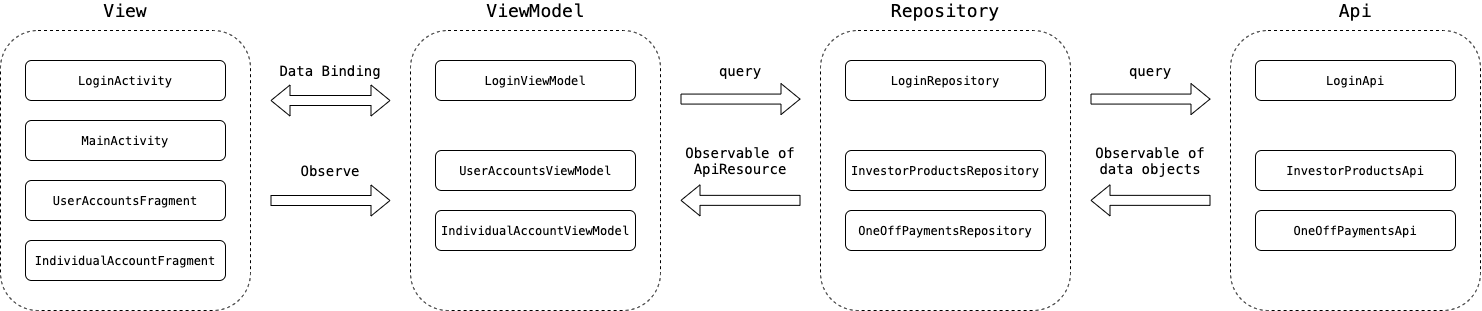
This is images/project_architecture.png from yorkchan1988/android-technical-task-mid-master, a draw.io export, as it was before one commit. Source tidied: cells renumbered, new cells last; positions are measured from the earlier drawing's top-left corner, leaving out a move shared by most shapes.
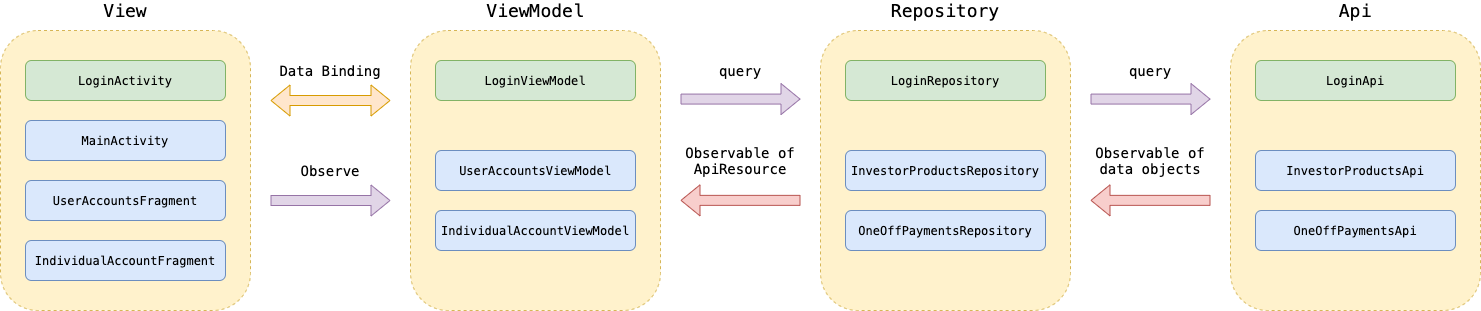
The same file after the commit.

What changed in the source:
```diff
@@ -2,40 +2,40 @@
   <root>
     <mxCell id="0" />
     <mxCell id="1" parent="0" />
-    <mxCell id="2" style="rounded=1;whiteSpace=wrap;html=1;fillColor=none;dashed=1;" parent="1" vertex="1">
+    <mxCell id="2" style="rounded=1;whiteSpace=wrap;html=1;fillColor=#fff2cc;dashed=1;strokeColor=#d6b656;" parent="1" vertex="1">
       <mxGeometry x="410" y="30" width="250" height="280" as="geometry" />
     </mxCell>
-    <mxCell id="3" style="rounded=1;whiteSpace=wrap;html=1;fillColor=none;dashed=1;" parent="1" vertex="1">
+    <mxCell id="3" style="rounded=1;whiteSpace=wrap;html=1;fillColor=#fff2cc;dashed=1;strokeColor=#d6b656;" parent="1" vertex="1">
       <mxGeometry y="30" width="250" height="280" as="geometry" />
     </mxCell>
-    <mxCell id="4" value="&lt;font face=&quot;Menlo&quot;&gt;LoginActivity&lt;/font&gt;" style="rounded=1;whiteSpace=wrap;html=1;" parent="1" vertex="1">
+    <mxCell id="4" value="&lt;font face=&quot;Menlo&quot;&gt;LoginActivity&lt;/font&gt;" style="rounded=1;whiteSpace=wrap;html=1;fillColor=#d5e8d4;strokeColor=#82b366;" parent="1" vertex="1">
       <mxGeometry x="25" y="60" width="200" height="40" as="geometry" />
     </mxCell>
-    <mxCell id="5" value="&lt;font face=&quot;Menlo&quot;&gt;MainActivity&lt;/font&gt;" style="rounded=1;whiteSpace=wrap;html=1;" parent="1" vertex="1">
+    <mxCell id="5" value="&lt;font face=&quot;Menlo&quot;&gt;MainActivity&lt;/font&gt;" style="rounded=1;whiteSpace=wrap;html=1;fillColor=#dae8fc;strokeColor=#6c8ebf;" parent="1" vertex="1">
       <mxGeometry x="25" y="120" width="200" height="40" as="geometry" />
     </mxCell>
-    <mxCell id="6" value="&lt;font face=&quot;Menlo&quot;&gt;UserAccountsFragment&lt;/font&gt;" style="rounded=1;whiteSpace=wrap;html=1;" parent="1" vertex="1">
+    <mxCell id="6" value="&lt;font face=&quot;Menlo&quot;&gt;UserAccountsFragment&lt;/font&gt;" style="rounded=1;whiteSpace=wrap;html=1;fillColor=#dae8fc;strokeColor=#6c8ebf;" parent="1" vertex="1">
       <mxGeometry x="25" y="180" width="200" height="40" as="geometry" />
     </mxCell>
-    <mxCell id="7" value="&lt;font face=&quot;Menlo&quot;&gt;IndividualAccountFragment&lt;/font&gt;" style="rounded=1;whiteSpace=wrap;html=1;" parent="1" vertex="1">
+    <mxCell id="7" value="&lt;font face=&quot;Menlo&quot;&gt;IndividualAccountFragment&lt;/font&gt;" style="rounded=1;whiteSpace=wrap;html=1;fillColor=#dae8fc;strokeColor=#6c8ebf;" parent="1" vertex="1">
       <mxGeometry x="25" y="240" width="200" height="40" as="geometry" />
     </mxCell>
     <mxCell id="8" value="&lt;font style=&quot;font-size: 18px&quot; face=&quot;Menlo&quot;&gt;View&lt;/font&gt;" style="text;html=1;strokeColor=none;fillColor=none;align=center;verticalAlign=middle;whiteSpace=wrap;rounded=0;dashed=1;" parent="1" vertex="1">
       <mxGeometry x="105" width="40" height="20" as="geometry" />
     </mxCell>
-    <mxCell id="9" value="&lt;font face=&quot;Menlo&quot;&gt;LoginViewModel&lt;/font&gt;" style="rounded=1;whiteSpace=wrap;html=1;" parent="1" vertex="1">
+    <mxCell id="9" value="&lt;font face=&quot;Menlo&quot;&gt;LoginViewModel&lt;/font&gt;" style="rounded=1;whiteSpace=wrap;html=1;fillColor=#d5e8d4;strokeColor=#82b366;" parent="1" vertex="1">
       <mxGeometry x="435" y="60" width="200" height="40" as="geometry" />
     </mxCell>
-    <mxCell id="10" value="&lt;font face=&quot;Menlo&quot;&gt;UserAccountsViewModel&lt;/font&gt;" style="rounded=1;whiteSpace=wrap;html=1;" parent="1" vertex="1">
+    <mxCell id="10" value="&lt;font face=&quot;Menlo&quot;&gt;UserAccountsViewModel&lt;/font&gt;" style="rounded=1;whiteSpace=wrap;html=1;fillColor=#dae8fc;strokeColor=#6c8ebf;" parent="1" vertex="1">
       <mxGeometry x="435" y="150" width="200" height="40" as="geometry" />
     </mxCell>
-    <mxCell id="11" value="&lt;font face=&quot;Menlo&quot;&gt;IndividualAccountViewModel&lt;/font&gt;" style="rounded=1;whiteSpace=wrap;html=1;" parent="1" vertex="1">
+    <mxCell id="11" value="&lt;font face=&quot;Menlo&quot;&gt;IndividualAccountViewModel&lt;/font&gt;" style="rounded=1;whiteSpace=wrap;html=1;fillColor=#dae8fc;strokeColor=#6c8ebf;" parent="1" vertex="1">
       <mxGeometry x="435" y="210" width="200" height="40" as="geometry" />
     </mxCell>
     <mxCell id="12" value="&lt;font style=&quot;font-size: 18px&quot; face=&quot;Menlo&quot;&gt;ViewModel&lt;/font&gt;" style="text;html=1;strokeColor=none;fillColor=none;align=center;verticalAlign=middle;whiteSpace=wrap;rounded=0;dashed=1;" parent="1" vertex="1">
       <mxGeometry x="515" width="40" height="20" as="geometry" />
     </mxCell>
-    <mxCell id="13" style="shape=flexArrow;endArrow=classic;startArrow=classic;html=1;" parent="1" edge="1">
+    <mxCell id="13" style="shape=flexArrow;endArrow=classic;startArrow=classic;html=1;fillColor=#ffe6cc;strokeColor=#d79b00;" parent="1" edge="1">
       <mxGeometry relative="1" as="geometry">
         <mxPoint x="270" y="100" as="sourcePoint" />
         <mxPoint x="390" y="100" as="targetPoint" />
@@ -44,7 +44,7 @@
     <mxCell id="14" value="&lt;font style=&quot;font-size: 14px&quot; face=&quot;Menlo&quot;&gt;Data Binding&lt;/font&gt;" style="text;html=1;strokeColor=none;fillColor=none;align=center;verticalAlign=middle;whiteSpace=wrap;rounded=0;dashed=1;" parent="1" vertex="1">
       <mxGeometry x="270" y="60" width="120" height="20" as="geometry" />
     </mxCell>
-    <mxCell id="15" style="shape=flexArrow;endArrow=classic;html=1;" parent="1" edge="1">
+    <mxCell id="15" style="shape=flexArrow;endArrow=classic;html=1;fillColor=#e1d5e7;strokeColor=#9673a6;" parent="1" edge="1">
       <mxGeometry relative="1" as="geometry">
         <mxPoint x="270" y="200" as="sourcePoint" />
         <mxPoint x="390" y="200" as="targetPoint" />
@@ -53,22 +53,22 @@
     <mxCell id="16" value="&lt;font style=&quot;font-size: 14px&quot; face=&quot;Menlo&quot;&gt;Observe&lt;/font&gt;" style="text;html=1;strokeColor=none;fillColor=none;align=center;verticalAlign=middle;whiteSpace=wrap;rounded=0;dashed=1;" parent="1" vertex="1">
       <mxGeometry x="270" y="160" width="120" height="20" as="geometry" />
     </mxCell>
-    <mxCell id="17" style="rounded=1;whiteSpace=wrap;html=1;fillColor=none;dashed=1;" parent="1" vertex="1">
+    <mxCell id="17" style="rounded=1;whiteSpace=wrap;html=1;fillColor=#fff2cc;dashed=1;strokeColor=#d6b656;" parent="1" vertex="1">
       <mxGeometry x="820" y="30" width="250" height="280" as="geometry" />
     </mxCell>
-    <mxCell id="18" value="&lt;font face=&quot;Menlo&quot;&gt;LoginRepository&lt;/font&gt;" style="rounded=1;whiteSpace=wrap;html=1;" parent="1" vertex="1">
+    <mxCell id="18" value="&lt;font face=&quot;Menlo&quot;&gt;LoginRepository&lt;/font&gt;" style="rounded=1;whiteSpace=wrap;html=1;fillColor=#d5e8d4;strokeColor=#82b366;" parent="1" vertex="1">
       <mxGeometry x="845" y="60" width="200" height="40" as="geometry" />
     </mxCell>
-    <mxCell id="19" value="&lt;font face=&quot;Menlo&quot;&gt;InvestorProductsRepository&lt;/font&gt;" style="rounded=1;whiteSpace=wrap;html=1;" parent="1" vertex="1">
+    <mxCell id="19" value="&lt;font face=&quot;Menlo&quot;&gt;InvestorProductsRepository&lt;/font&gt;" style="rounded=1;whiteSpace=wrap;html=1;fillColor=#dae8fc;strokeColor=#6c8ebf;" parent="1" vertex="1">
       <mxGeometry x="845" y="150" width="200" height="40" as="geometry" />
     </mxCell>
-    <mxCell id="20" value="&lt;font face=&quot;Menlo&quot;&gt;OneOffPaymentsRepository&lt;/font&gt;" style="rounded=1;whiteSpace=wrap;html=1;" parent="1" vertex="1">
+    <mxCell id="20" value="&lt;font face=&quot;Menlo&quot;&gt;OneOffPaymentsRepository&lt;/font&gt;" style="rounded=1;whiteSpace=wrap;html=1;fillColor=#dae8fc;strokeColor=#6c8ebf;" parent="1" vertex="1">
       <mxGeometry x="845" y="210" width="200" height="40" as="geometry" />
     </mxCell>
     <mxCell id="21" value="&lt;font style=&quot;font-size: 18px&quot; face=&quot;Menlo&quot;&gt;Repository&lt;br&gt;&lt;/font&gt;" style="text;html=1;strokeColor=none;fillColor=none;align=center;verticalAlign=middle;whiteSpace=wrap;rounded=0;dashed=1;" parent="1" vertex="1">
       <mxGeometry x="925" width="40" height="20" as="geometry" />
     </mxCell>
-    <mxCell id="22" style="shape=flexArrow;endArrow=classic;html=1;" parent="1" edge="1">
+    <mxCell id="22" style="shape=flexArrow;endArrow=classic;html=1;fillColor=#e1d5e7;strokeColor=#9673a6;" parent="1" edge="1">
       <mxGeometry relative="1" as="geometry">
         <mxPoint x="680" y="98.6" as="sourcePoint" />
         <mxPoint x="800" y="98.6" as="targetPoint" />
@@ -77,7 +77,7 @@
     <mxCell id="23" value="&lt;font style=&quot;font-size: 14px&quot; face=&quot;Menlo&quot;&gt;query&lt;/font&gt;" style="text;html=1;strokeColor=none;fillColor=none;align=center;verticalAlign=middle;whiteSpace=wrap;rounded=0;dashed=1;" parent="1" vertex="1">
       <mxGeometry x="680" y="60" width="120" height="20" as="geometry" />
     </mxCell>
-    <mxCell id="24" style="shape=flexArrow;endArrow=classic;html=1;" parent="1" edge="1">
+    <mxCell id="24" style="shape=flexArrow;endArrow=classic;html=1;fillColor=#f8cecc;strokeColor=#b85450;" parent="1" edge="1">
       <mxGeometry relative="1" as="geometry">
         <mxPoint x="800" y="199.9" as="sourcePoint" />
         <mxPoint x="680" y="199.9" as="targetPoint" />
@@ -86,22 +86,22 @@
     <mxCell id="25" value="&lt;font style=&quot;font-size: 14px&quot; face=&quot;Menlo&quot;&gt;Observable of ApiResource&lt;/font&gt;" style="text;html=1;strokeColor=none;fillColor=none;align=center;verticalAlign=middle;whiteSpace=wrap;rounded=0;dashed=1;" parent="1" vertex="1">
       <mxGeometry x="680" y="150" width="120" height="20" as="geometry" />
     </mxCell>
-    <mxCell id="26" style="rounded=1;whiteSpace=wrap;html=1;fillColor=none;dashed=1;" parent="1" vertex="1">
+    <mxCell id="26" style="rounded=1;whiteSpace=wrap;html=1;fillColor=#fff2cc;dashed=1;strokeColor=#d6b656;" parent="1" vertex="1">
       <mxGeometry x="1230" y="30" width="250" height="280" as="geometry" />
     </mxCell>
-    <mxCell id="27" value="&lt;font face=&quot;Menlo&quot;&gt;LoginApi&lt;/font&gt;" style="rounded=1;whiteSpace=wrap;html=1;" parent="1" vertex="1">
+    <mxCell id="27" value="&lt;font face=&quot;Menlo&quot;&gt;LoginApi&lt;/font&gt;" style="rounded=1;whiteSpace=wrap;html=1;fillColor=#d5e8d4;strokeColor=#82b366;" parent="1" vertex="1">
       <mxGeometry x="1255" y="60" width="200" height="40" as="geometry" />
     </mxCell>
-    <mxCell id="28" value="&lt;font face=&quot;Menlo&quot;&gt;InvestorProductsApi&lt;/font&gt;" style="rounded=1;whiteSpace=wrap;html=1;" parent="1" vertex="1">
+    <mxCell id="28" value="&lt;font face=&quot;Menlo&quot;&gt;InvestorProductsApi&lt;/font&gt;" style="rounded=1;whiteSpace=wrap;html=1;fillColor=#dae8fc;strokeColor=#6c8ebf;" parent="1" vertex="1">
       <mxGeometry x="1255" y="150" width="200" height="40" as="geometry" />
     </mxCell>
-    <mxCell id="29" value="&lt;font face=&quot;Menlo&quot;&gt;OneOffPaymentsApi&lt;/font&gt;" style="rounded=1;whiteSpace=wrap;html=1;" parent="1" vertex="1">
+    <mxCell id="29" value="&lt;font face=&quot;Menlo&quot;&gt;OneOffPaymentsApi&lt;/font&gt;" style="rounded=1;whiteSpace=wrap;html=1;fillColor=#dae8fc;strokeColor=#6c8ebf;" parent="1" vertex="1">
       <mxGeometry x="1255" y="210" width="200" height="40" as="geometry" />
     </mxCell>
     <mxCell id="30" value="&lt;font style=&quot;font-size: 18px&quot; face=&quot;Menlo&quot;&gt;Api&lt;br&gt;&lt;/font&gt;" style="text;html=1;strokeColor=none;fillColor=none;align=center;verticalAlign=middle;whiteSpace=wrap;rounded=0;dashed=1;" parent="1" vertex="1">
       <mxGeometry x="1335" width="40" height="20" as="geometry" />
     </mxCell>
-    <mxCell id="31" style="shape=flexArrow;endArrow=classic;html=1;" parent="1" edge="1">
+    <mxCell id="31" style="shape=flexArrow;endArrow=classic;html=1;fillColor=#e1d5e7;strokeColor=#9673a6;" parent="1" edge="1">
       <mxGeometry relative="1" as="geometry">
         <mxPoint x="1090" y="98.6" as="sourcePoint" />
         <mxPoint x="1210" y="98.6" as="targetPoint" />
@@ -110,7 +110,7 @@
     <mxCell id="32" value="&lt;font style=&quot;font-size: 14px&quot; face=&quot;Menlo&quot;&gt;query&lt;/font&gt;" style="text;html=1;strokeColor=none;fillColor=none;align=center;verticalAlign=middle;whiteSpace=wrap;rounded=0;dashed=1;" parent="1" vertex="1">
       <mxGeometry x="1090" y="60" width="120" height="20" as="geometry" />
     </mxCell>
-    <mxCell id="33" style="shape=flexArrow;endArrow=classic;html=1;" parent="1" edge="1">
+    <mxCell id="33" style="shape=flexArrow;endArrow=classic;html=1;fillColor=#f8cecc;strokeColor=#b85450;" parent="1" edge="1">
       <mxGeometry relative="1" as="geometry">
         <mxPoint x="1210" y="199.9" as="sourcePoint" />
         <mxPoint x="1090" y="199.9" as="targetPoint" />
```
